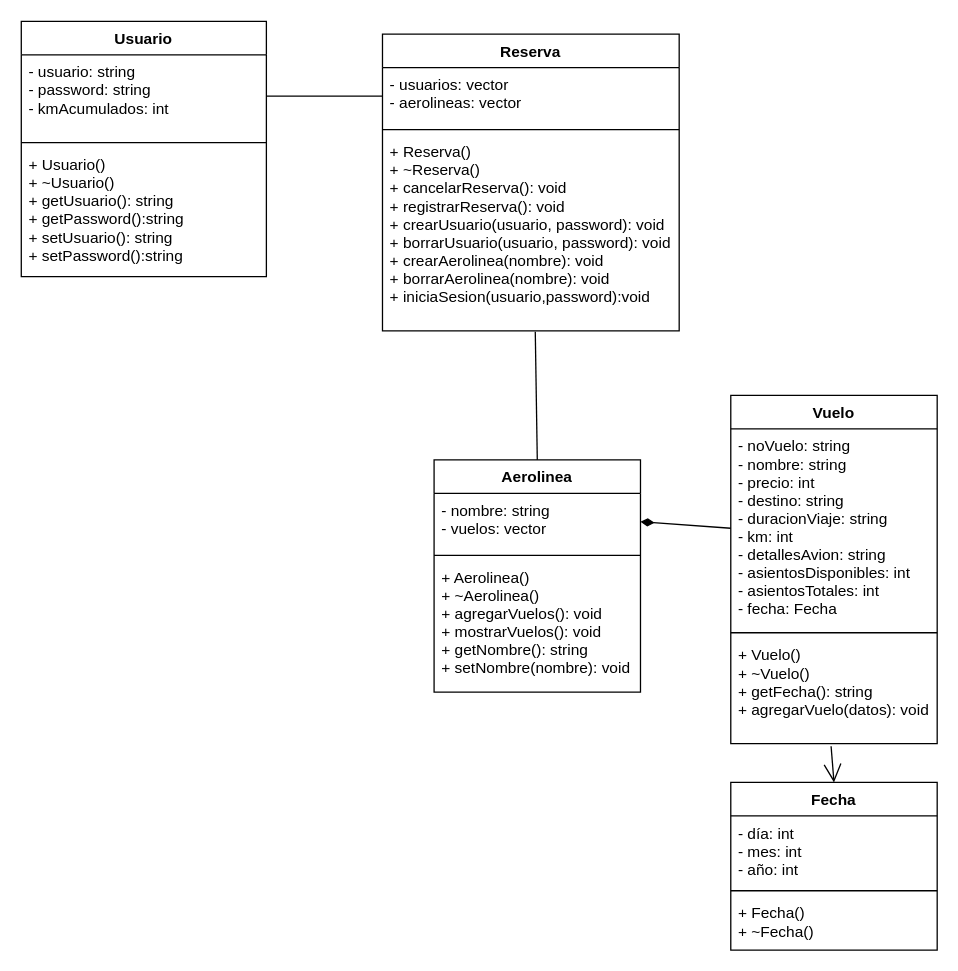
AlexaBF/OOP keeps this draw.io diagram as Proyecto/diagrama.drawio. Above is the earlier version. Source tidied: cells renumbered, new cells numbered last; positions are measured from the earlier drawing's top-left corner, leaving out a move shared by most shapes. Both pictures are drawn from the tidied source at 129%, with x=0, y=0 at pixel (21, 21).
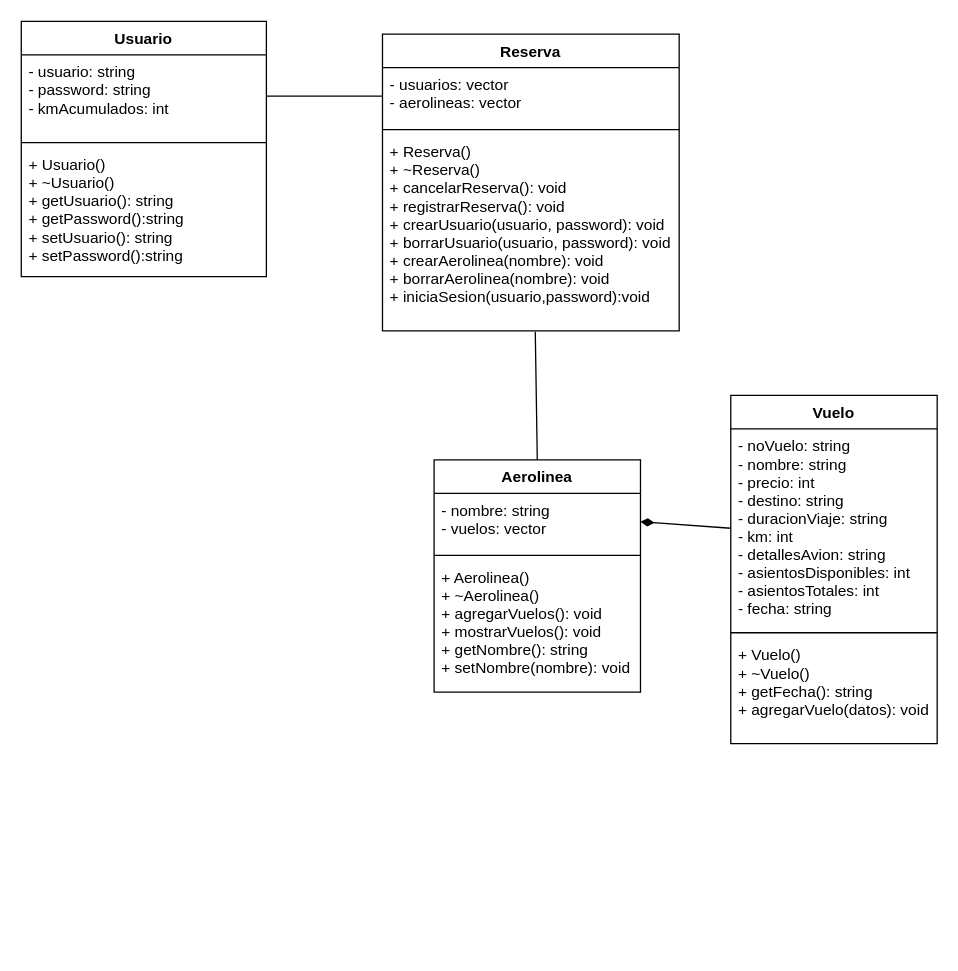
The same diagram, later.

The change refers to these unchanged cells:
```xml
<mxCell id="10" value="Vuelo" style="swimlane;fontStyle=1;align=center;verticalAlign=top;horizontal=1;startSize=26;" parent="1" vertex="1">
  <mxGeometry x="550" y="290" width="160" height="270" as="geometry" />
</mxCell>
<mxCell id="13" value="+ Vuelo()&#10;+ ~Vuelo()&#10;+ getFecha(): string&#10;+ agregarVuelo(datos): void" style="text;strokeColor=none;fillColor=none;align=left;verticalAlign=top;spacingLeft=4;spacingRight=4;overflow=hidden;points=[[0,0.5],[1,0.5]];portConstraint=eastwest;" parent="10" vertex="1">
  <mxGeometry y="188" width="160" height="82" as="geometry" />
</mxCell>
```

The edit, as a diff of the source:
```diff
@@
-    <mxCell id="11" value="- noVuelo: string&#10;- nombre: string&#10;- precio: int&#10;- destino: string&#10;- duracionViaje: string&#10;- km: int&#10;- detallesAvion: string&#10;- asientosDisponibles: int&#10;- asientosTotales: int&#10;- fecha: Fecha" style="text;strokeColor=none;fillColor=none;align=left;verticalAlign=top;spacingLeft=4;spacingRight=4;overflow=hidden;points=[[0,0.5],[1,0.5]];portConstraint=eastwest;" parent="10" vertex="1">
+    <mxCell id="11" value="- noVuelo: string&#10;- nombre: string&#10;- precio: int&#10;- destino: string&#10;- duracionViaje: string&#10;- km: int&#10;- detallesAvion: string&#10;- asientosDisponibles: int&#10;- asientosTotales: int&#10;- fecha: string" style="text;strokeColor=none;fillColor=none;align=left;verticalAlign=top;spacingLeft=4;spacingRight=4;overflow=hidden;points=[[0,0.5],[1,0.5]];portConstraint=eastwest;" parent="10" vertex="1">
       <mxGeometry y="26" width="160" height="154" as="geometry" />
     </mxCell>
@@
-    <mxCell id="21" value="Fecha" style="swimlane;fontStyle=1;align=center;verticalAlign=top;horizontal=1;startSize=26;" parent="1" vertex="1">
-      <mxGeometry x="550" y="590" width="160" height="130" as="geometry" />
-    </mxCell>
-    <mxCell id="22" value="- día: int&#10;- mes: int&#10;- año: int" style="text;strokeColor=none;fillColor=none;align=left;verticalAlign=top;spacingLeft=4;spacingRight=4;overflow=hidden;" parent="21" vertex="1">
-      <mxGeometry y="26" width="160" height="54" as="geometry" />
-    </mxCell>
-    <mxCell id="23" style="line;strokeWidth=1;fillColor=none;align=left;verticalAlign=middle;spacingTop=-1;spacingLeft=3;spacingRight=3;labelPosition=right;strokeColor=inherit;" parent="21" vertex="1">
-      <mxGeometry y="80" width="160" height="8" as="geometry" />
-    </mxCell>
-    <mxCell id="24" value="+ Fecha()&#10;+ ~Fecha()&#10;" style="text;strokeColor=none;fillColor=none;align=left;verticalAlign=top;spacingLeft=4;spacingRight=4;overflow=hidden;" parent="21" vertex="1">
-      <mxGeometry y="88" width="160" height="42" as="geometry" />
-    </mxCell>
-    <mxCell id="25" style="endArrow=open;endFill=1;endSize=12;html=1;exitX=0.486;exitY=1.024;exitDx=0;exitDy=0;exitPerimeter=0;entryX=0.5;entryY=0;entryDx=0;entryDy=0;" parent="1" edge="1" source="13" target="21">
-      <mxGeometry relative="1" as="geometry" />
-    </mxCell>
```
